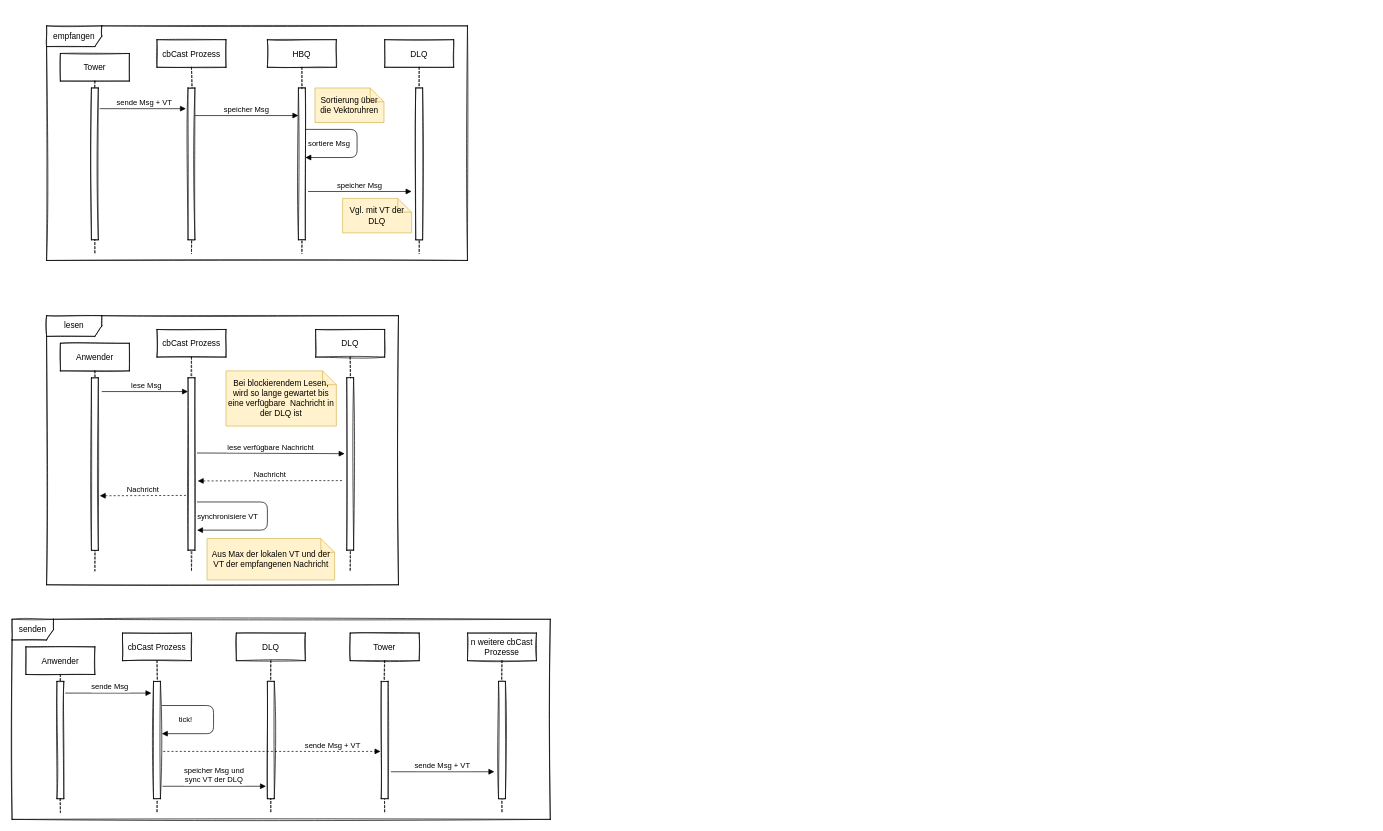
Before: Diagramme/Sequenzdiagramm_queues.drawio in krisschaaf/BAI5_VS, a draw.io diagram. Source tidied: cells renumbered, new cells numbered last; positions are measured from the earlier drawing's top-left corner, leaving out a move shared by most shapes. Both pictures are drawn from the tidied source at 69%, with x=0, y=0 at pixel (12, 26).
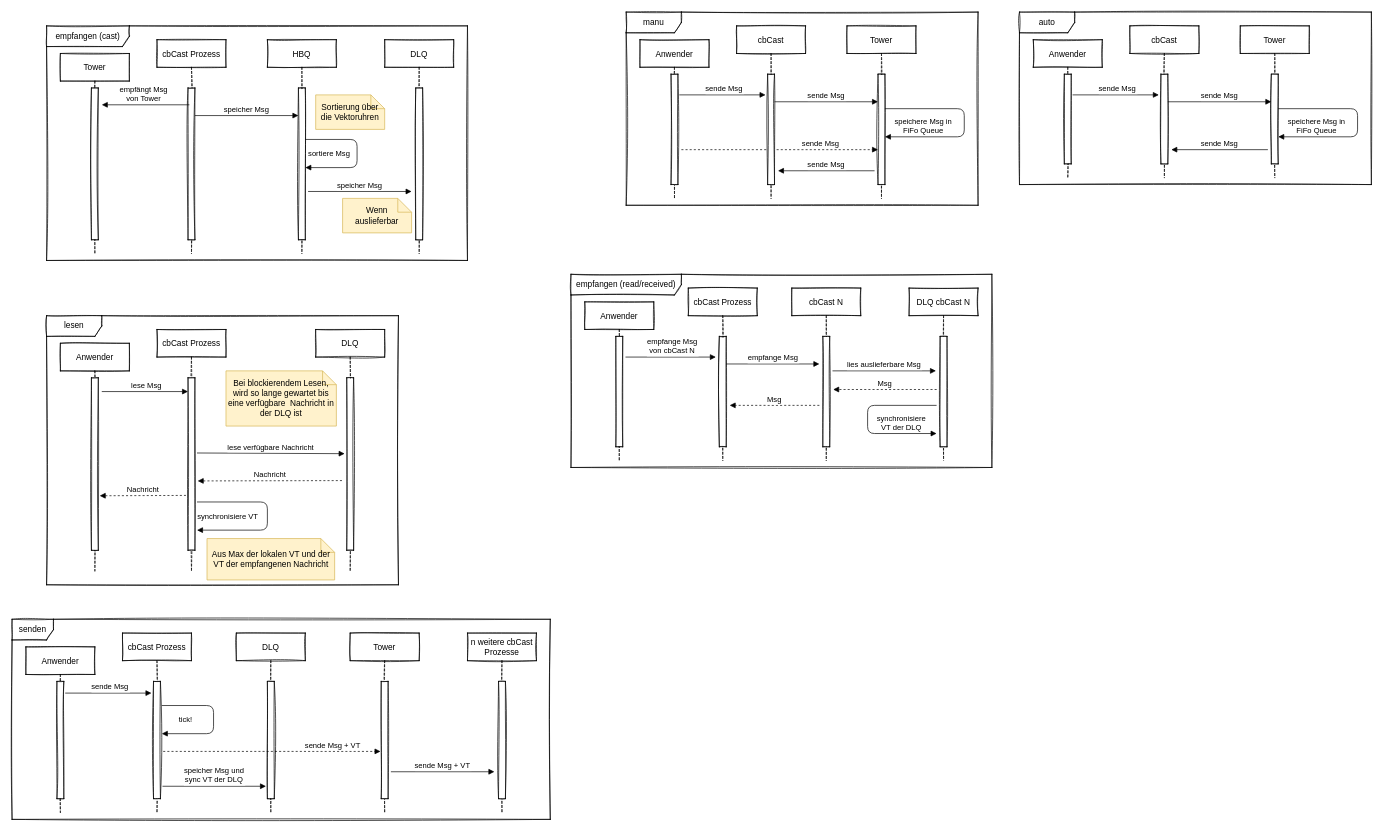
The same diagram, later.

Commit message (it also covers changes not shown here):
add blocked etc and manu

Change to the diagram source:
```diff
@@
-    <mxCell id="2" style="group;" parent="1" vertex="1">
-      <mxGeometry x="50" width="610" height="340" as="geometry" />
-    </mxCell>
-    <mxCell id="3" value="empfangen" style="shape=umlFrame;whiteSpace=wrap;html=1;sketch=1;width=80;height=30;" parent="2" vertex="1">
-      <mxGeometry width="610" height="340" as="geometry" />
-    </mxCell>
-    <mxCell id="4" value="Tower" style="shape=umlLifeline;perimeter=lifelinePerimeter;rounded=0;shadow=0;strokeWidth=1;sketch=1;" parent="2" vertex="1">
-      <mxGeometry x="20" y="40" width="100" height="290" as="geometry" />
-    </mxCell>
-    <mxCell id="5" style="perimeter=orthogonalPerimeter;rounded=0;shadow=0;strokeWidth=1;sketch=1;" parent="4" vertex="1">
-      <mxGeometry x="45" y="50" width="10" height="220" as="geometry" />
-    </mxCell>
-    <mxCell id="6" value="HBQ" style="shape=umlLifeline;perimeter=lifelinePerimeter;rounded=0;shadow=0;strokeWidth=1;sketch=1;" parent="2" vertex="1">
-      <mxGeometry x="320" y="20" width="100" height="310" as="geometry" />
-    </mxCell>
-    <mxCell id="7" style="perimeter=orthogonalPerimeter;rounded=0;shadow=0;strokeWidth=1;sketch=1;" parent="6" vertex="1">
-      <mxGeometry x="45" y="70" width="10" height="220" as="geometry" />
-    </mxCell>
-    <mxCell id="8" value="DLQ" style="shape=umlLifeline;perimeter=lifelinePerimeter;rounded=0;shadow=0;strokeWidth=1;sketch=1;" parent="2" vertex="1">
-      <mxGeometry x="490" y="20" width="100" height="310" as="geometry" />
-    </mxCell>
-    <mxCell id="9" style="perimeter=orthogonalPerimeter;rounded=0;shadow=0;strokeWidth=1;sketch=1;" parent="8" vertex="1">
-      <mxGeometry x="45" y="70" width="10" height="220" as="geometry" />
-    </mxCell>
-    <mxCell id="10" value="cbCast Prozess" style="shape=umlLifeline;perimeter=lifelinePerimeter;rounded=0;shadow=0;strokeWidth=1;sketch=1;" parent="2" vertex="1">
-      <mxGeometry x="160" y="20" width="100" height="310" as="geometry" />
-    </mxCell>
-    <mxCell id="11" style="perimeter=orthogonalPerimeter;rounded=0;shadow=0;strokeWidth=1;sketch=1;" parent="10" vertex="1">
-      <mxGeometry x="45" y="70" width="10" height="220" as="geometry" />
-    </mxCell>
-    <mxCell id="12" value="speicher Msg" style="verticalAlign=bottom;endArrow=block;shadow=0;strokeWidth=1;" parent="10" edge="1">
-      <mxGeometry relative="1" as="geometry">
-        <mxPoint x="55" y="110" as="sourcePoint" />
-        <mxPoint x="205" y="110" as="targetPoint" />
-      </mxGeometry>
-    </mxCell>
-    <mxCell id="13" value="sende Msg + VT" style="verticalAlign=bottom;endArrow=block;shadow=0;strokeWidth=1;" parent="10" edge="1">
-      <mxGeometry x="0.04" relative="1" as="geometry">
-        <mxPoint x="-83" y="100" as="sourcePoint" />
-        <mxPoint x="42" y="100" as="targetPoint" />
-      </mxGeometry>
-    </mxCell>
-    <mxCell id="14" value="sortiere Msg" style="verticalAlign=bottom;endArrow=block;shadow=0;strokeWidth=1;entryX=1;entryY=0.786;entryDx=0;entryDy=0;entryPerimeter=0;edgeStyle=orthogonalEdgeStyle;" parent="2" edge="1">
-      <mxGeometry x="0.63" y="-11" relative="1" as="geometry">
-        <mxPoint x="375" y="150" as="sourcePoint" />
-        <mxPoint x="375" y="190.8" as="targetPoint" />
-        <Array as="points">
-          <mxPoint x="450" y="150" />
-          <mxPoint x="450" y="191" />
-        </Array>
-      </mxGeometry>
-    </mxCell>
-    <mxCell id="15" value="Sortierung über die Vektoruhren" style="shape=note;size=20;whiteSpace=wrap;html=1;fillColor=#fff2cc;strokeColor=#d6b656;" parent="2" vertex="1">
-      <mxGeometry x="389" y="90" width="100" height="50" as="geometry" />
-    </mxCell>
-    <mxCell id="16" value="speicher Msg" style="verticalAlign=bottom;endArrow=block;shadow=0;strokeWidth=1;" parent="2" edge="1">
-      <mxGeometry relative="1" as="geometry">
-        <mxPoint x="379" y="240" as="sourcePoint" />
-        <mxPoint x="529" y="240" as="targetPoint" />
-      </mxGeometry>
-    </mxCell>
-    <mxCell id="17" value="Vgl. mit VT der DLQ" style="shape=note;size=20;whiteSpace=wrap;html=1;fillColor=#fff2cc;strokeColor=#d6b656;" parent="2" vertex="1">
-      <mxGeometry x="429" y="250" width="100" height="50" as="geometry" />
-    </mxCell>
@@
+    <mxCell id="50" style="group;" parent="1" vertex="1">
+      <mxGeometry x="1460" y="-20" width="510" height="250" as="geometry" />
+    </mxCell>
+    <mxCell id="51" value="Anwender" style="shape=umlLifeline;perimeter=lifelinePerimeter;rounded=0;shadow=0;strokeWidth=1;sketch=1;" parent="50" vertex="1">
+      <mxGeometry x="20" y="40" width="100" height="200" as="geometry" />
+    </mxCell>
+    <mxCell id="52" style="perimeter=orthogonalPerimeter;rounded=0;shadow=0;strokeWidth=1;sketch=1;" parent="51" vertex="1">
+      <mxGeometry x="45" y="50" width="10" height="130" as="geometry" />
+    </mxCell>
+    <mxCell id="53" value="Tower" style="shape=umlLifeline;perimeter=lifelinePerimeter;rounded=0;shadow=0;strokeWidth=1;sketch=1;" parent="50" vertex="1">
+      <mxGeometry x="320" y="20" width="100" height="220" as="geometry" />
+    </mxCell>
+    <mxCell id="54" style="perimeter=orthogonalPerimeter;rounded=0;shadow=0;strokeWidth=1;sketch=1;" parent="53" vertex="1">
+      <mxGeometry x="45" y="70" width="10" height="130" as="geometry" />
+    </mxCell>
+    <mxCell id="55" value="speichere Msg in &#10;FiFo Queue" style="verticalAlign=bottom;endArrow=block;shadow=0;strokeWidth=1;entryX=1;entryY=0.786;entryDx=0;entryDy=0;entryPerimeter=0;edgeStyle=orthogonalEdgeStyle;" parent="53" edge="1">
+      <mxGeometry x="0.59" relative="1" as="geometry">
+        <mxPoint x="55" y="120" as="sourcePoint" />
+        <mxPoint x="55" y="160.8" as="targetPoint" />
+        <Array as="points">
+          <mxPoint x="170" y="120" />
+          <mxPoint x="170" y="161" />
+        </Array>
+      </mxGeometry>
+    </mxCell>
+    <mxCell id="56" value="sende Msg" style="verticalAlign=bottom;endArrow=block;shadow=0;strokeWidth=1;" parent="53" edge="1">
+      <mxGeometry relative="1" as="geometry">
+        <mxPoint x="40" y="179.4" as="sourcePoint" />
+        <mxPoint x="-100" y="179.4" as="targetPoint" />
+      </mxGeometry>
+    </mxCell>
+    <mxCell id="57" value="cbCast" style="shape=umlLifeline;perimeter=lifelinePerimeter;rounded=0;shadow=0;strokeWidth=1;sketch=1;" parent="50" vertex="1">
+      <mxGeometry x="160" y="20" width="100" height="220" as="geometry" />
+    </mxCell>
+    <mxCell id="58" style="perimeter=orthogonalPerimeter;rounded=0;shadow=0;strokeWidth=1;sketch=1;" parent="57" vertex="1">
+      <mxGeometry x="45" y="70" width="10" height="130" as="geometry" />
+    </mxCell>
+    <mxCell id="59" value="sende Msg" style="verticalAlign=bottom;endArrow=block;shadow=0;strokeWidth=1;" parent="57" edge="1">
+      <mxGeometry relative="1" as="geometry">
+        <mxPoint x="55" y="110" as="sourcePoint" />
+        <mxPoint x="205" y="110" as="targetPoint" />
+      </mxGeometry>
+    </mxCell>
+    <mxCell id="60" value="sende Msg" style="verticalAlign=bottom;endArrow=block;shadow=0;strokeWidth=1;" parent="57" edge="1">
+      <mxGeometry x="0.04" relative="1" as="geometry">
+        <mxPoint x="-83" y="100" as="sourcePoint" />
+        <mxPoint x="42" y="100" as="targetPoint" />
+      </mxGeometry>
+    </mxCell>
+    <mxCell id="61" value="auto" style="shape=umlFrame;whiteSpace=wrap;html=1;sketch=1;width=80;height=30;" parent="50" vertex="1">
+      <mxGeometry width="510" height="250" as="geometry" />
+    </mxCell>
+    <mxCell id="62" style="group;" parent="1" vertex="1">
+      <mxGeometry x="890" y="-20" width="510" height="280" as="geometry" />
+    </mxCell>
+    <mxCell id="63" value="manu" style="shape=umlFrame;whiteSpace=wrap;html=1;sketch=1;width=80;height=30;" parent="62" vertex="1">
+      <mxGeometry width="510" height="280" as="geometry" />
+    </mxCell>
+    <mxCell id="64" value="Anwender" style="shape=umlLifeline;perimeter=lifelinePerimeter;rounded=0;shadow=0;strokeWidth=1;sketch=1;" parent="62" vertex="1">
+      <mxGeometry x="20" y="40" width="100" height="230" as="geometry" />
+    </mxCell>
+    <mxCell id="65" style="perimeter=orthogonalPerimeter;rounded=0;shadow=0;strokeWidth=1;sketch=1;" parent="64" vertex="1">
+      <mxGeometry x="45" y="50" width="10" height="160" as="geometry" />
+    </mxCell>
+    <mxCell id="66" value="Tower" style="shape=umlLifeline;perimeter=lifelinePerimeter;rounded=0;shadow=0;strokeWidth=1;sketch=1;" parent="62" vertex="1">
+      <mxGeometry x="320" y="20" width="100" height="250" as="geometry" />
+    </mxCell>
+    <mxCell id="67" style="perimeter=orthogonalPerimeter;rounded=0;shadow=0;strokeWidth=1;sketch=1;" parent="66" vertex="1">
+      <mxGeometry x="45" y="70" width="10" height="160" as="geometry" />
+    </mxCell>
+    <mxCell id="68" value="speichere Msg in &#10;FiFo Queue" style="verticalAlign=bottom;endArrow=block;shadow=0;strokeWidth=1;entryX=1;entryY=0.786;entryDx=0;entryDy=0;entryPerimeter=0;edgeStyle=orthogonalEdgeStyle;" parent="66" edge="1">
+      <mxGeometry x="0.59" relative="1" as="geometry">
+        <mxPoint x="55" y="120" as="sourcePoint" />
+        <mxPoint x="55" y="160.8" as="targetPoint" />
+        <Array as="points">
+          <mxPoint x="170" y="120" />
+          <mxPoint x="170" y="161" />
+        </Array>
+      </mxGeometry>
+    </mxCell>
+    <mxCell id="69" value="sende Msg" style="verticalAlign=bottom;endArrow=block;shadow=0;strokeWidth=1;dashed=1;" parent="66" edge="1">
+      <mxGeometry x="0.42" relative="1" as="geometry">
+        <mxPoint x="-240" y="179.4" as="sourcePoint" />
+        <mxPoint x="45" y="179.4" as="targetPoint" />
+      </mxGeometry>
+    </mxCell>
+    <mxCell id="70" value="sende Msg" style="verticalAlign=bottom;endArrow=block;shadow=0;strokeWidth=1;" parent="66" edge="1">
+      <mxGeometry relative="1" as="geometry">
+        <mxPoint x="40" y="210" as="sourcePoint" />
+        <mxPoint x="-100" y="210" as="targetPoint" />
+      </mxGeometry>
+    </mxCell>
+    <mxCell id="71" value="cbCast" style="shape=umlLifeline;perimeter=lifelinePerimeter;rounded=0;shadow=0;strokeWidth=1;sketch=1;" parent="62" vertex="1">
+      <mxGeometry x="160" y="20" width="100" height="250" as="geometry" />
+    </mxCell>
+    <mxCell id="72" style="perimeter=orthogonalPerimeter;rounded=0;shadow=0;strokeWidth=1;sketch=1;" parent="71" vertex="1">
+      <mxGeometry x="45" y="70" width="10" height="160" as="geometry" />
+    </mxCell>
+    <mxCell id="73" value="sende Msg" style="verticalAlign=bottom;endArrow=block;shadow=0;strokeWidth=1;" parent="71" edge="1">
+      <mxGeometry relative="1" as="geometry">
+        <mxPoint x="55" y="110" as="sourcePoint" />
+        <mxPoint x="205" y="110" as="targetPoint" />
+      </mxGeometry>
+    </mxCell>
+    <mxCell id="74" value="sende Msg" style="verticalAlign=bottom;endArrow=block;shadow=0;strokeWidth=1;" parent="71" edge="1">
+      <mxGeometry x="0.04" relative="1" as="geometry">
+        <mxPoint x="-83" y="100" as="sourcePoint" />
+        <mxPoint x="42" y="100" as="targetPoint" />
+      </mxGeometry>
+    </mxCell>
+    <mxCell id="75" value="empfangen (read/received)" style="shape=umlFrame;whiteSpace=wrap;html=1;sketch=1;width=160;height=30;" parent="1" vertex="1">
+      <mxGeometry x="810" y="360" width="610" height="280" as="geometry" />
+    </mxCell>
+    <mxCell id="76" value="Anwender" style="shape=umlLifeline;perimeter=lifelinePerimeter;rounded=0;shadow=0;strokeWidth=1;sketch=1;" parent="1" vertex="1">
+      <mxGeometry x="830" y="400" width="100" height="230" as="geometry" />
+    </mxCell>
+    <mxCell id="77" style="perimeter=orthogonalPerimeter;rounded=0;shadow=0;strokeWidth=1;sketch=1;" parent="76" vertex="1">
+      <mxGeometry x="45" y="50" width="10" height="160" as="geometry" />
+    </mxCell>
+    <mxCell id="78" value="cbCast N" style="shape=umlLifeline;perimeter=lifelinePerimeter;rounded=0;shadow=0;strokeWidth=1;sketch=1;" parent="1" vertex="1">
+      <mxGeometry x="1130" y="380" width="100" height="250" as="geometry" />
+    </mxCell>
+    <mxCell id="79" style="perimeter=orthogonalPerimeter;rounded=0;shadow=0;strokeWidth=1;sketch=1;" parent="78" vertex="1">
+      <mxGeometry x="45" y="70" width="10" height="160" as="geometry" />
+    </mxCell>
+    <mxCell id="80" value="lies auslieferbare Msg" style="verticalAlign=bottom;endArrow=block;shadow=0;strokeWidth=1;" parent="78" edge="1">
+      <mxGeometry relative="1" as="geometry">
+        <mxPoint x="59" y="120" as="sourcePoint" />
+        <mxPoint x="209" y="120" as="targetPoint" />
+      </mxGeometry>
+    </mxCell>
+    <mxCell id="81" value="DLQ cbCast N" style="shape=umlLifeline;perimeter=lifelinePerimeter;rounded=0;shadow=0;strokeWidth=1;sketch=1;" parent="1" vertex="1">
+      <mxGeometry x="1300" y="380" width="100" height="250" as="geometry" />
+    </mxCell>
+    <mxCell id="82" style="perimeter=orthogonalPerimeter;rounded=0;shadow=0;strokeWidth=1;sketch=1;" parent="81" vertex="1">
+      <mxGeometry x="45" y="70" width="10" height="160" as="geometry" />
+    </mxCell>
+    <mxCell id="83" value="cbCast Prozess" style="shape=umlLifeline;perimeter=lifelinePerimeter;rounded=0;shadow=0;strokeWidth=1;sketch=1;" parent="1" vertex="1">
+      <mxGeometry x="980" y="380" width="100" height="250" as="geometry" />
+    </mxCell>
+    <mxCell id="84" style="perimeter=orthogonalPerimeter;rounded=0;shadow=0;strokeWidth=1;sketch=1;" parent="83" vertex="1">
+      <mxGeometry x="45" y="70" width="10" height="160" as="geometry" />
+    </mxCell>
+    <mxCell id="85" value="empfange Msg" style="verticalAlign=bottom;endArrow=block;shadow=0;strokeWidth=1;" parent="83" edge="1">
+      <mxGeometry relative="1" as="geometry">
+        <mxPoint x="55" y="110" as="sourcePoint" />
+        <mxPoint x="190" y="110" as="targetPoint" />
+      </mxGeometry>
+    </mxCell>
+    <mxCell id="86" value="empfange Msg &#10;von cbCast N" style="verticalAlign=bottom;endArrow=block;shadow=0;strokeWidth=1;" parent="83" edge="1">
+      <mxGeometry x="0.04" relative="1" as="geometry">
+        <mxPoint x="-91" y="100" as="sourcePoint" />
+        <mxPoint x="40" y="100" as="targetPoint" />
+      </mxGeometry>
+    </mxCell>
+    <mxCell id="87" value="Msg" style="verticalAlign=bottom;endArrow=block;shadow=0;strokeWidth=1;dashed=1;" parent="83" edge="1">
+      <mxGeometry relative="1" as="geometry">
+        <mxPoint x="190" y="170" as="sourcePoint" />
+        <mxPoint x="60" y="170" as="targetPoint" />
+      </mxGeometry>
+    </mxCell>
+    <mxCell id="88" value="synchronisiere &#10;VT der DLQ" style="verticalAlign=bottom;endArrow=block;shadow=0;strokeWidth=1;entryX=1;entryY=0.786;entryDx=0;entryDy=0;entryPerimeter=0;edgeStyle=orthogonalEdgeStyle;" parent="1" edge="1">
+      <mxGeometry x="0.58" relative="1" as="geometry">
+        <mxPoint x="1339.9" y="550" as="sourcePoint" />
+        <mxPoint x="1339.9" y="590.8" as="targetPoint" />
+        <Array as="points">
+          <mxPoint x="1239.9" y="550" />
+          <mxPoint x="1239.9" y="591" />
+        </Array>
+      </mxGeometry>
+    </mxCell>
+    <mxCell id="89" value="Msg" style="verticalAlign=bottom;endArrow=block;shadow=0;strokeWidth=1;dashed=1;" parent="1" edge="1">
+      <mxGeometry relative="1" as="geometry">
+        <mxPoint x="1340" y="527" as="sourcePoint" />
+        <mxPoint x="1190" y="527" as="targetPoint" />
+      </mxGeometry>
+    </mxCell>
+    <mxCell id="2" style="group;" parent="1" vertex="1">
+      <mxGeometry x="50" width="610" height="340" as="geometry" />
+    </mxCell>
+    <mxCell id="3" value="empfangen (cast)" style="shape=umlFrame;whiteSpace=wrap;html=1;sketch=1;width=120;height=30;" parent="2" vertex="1">
+      <mxGeometry width="610" height="340" as="geometry" />
+    </mxCell>
+    <mxCell id="4" value="Tower" style="shape=umlLifeline;perimeter=lifelinePerimeter;rounded=0;shadow=0;strokeWidth=1;sketch=1;" parent="2" vertex="1">
+      <mxGeometry x="20" y="40" width="100" height="290" as="geometry" />
+    </mxCell>
+    <mxCell id="5" style="perimeter=orthogonalPerimeter;rounded=0;shadow=0;strokeWidth=1;sketch=1;" parent="4" vertex="1">
+      <mxGeometry x="45" y="50" width="10" height="220" as="geometry" />
+    </mxCell>
+    <mxCell id="6" value="HBQ" style="shape=umlLifeline;perimeter=lifelinePerimeter;rounded=0;shadow=0;strokeWidth=1;sketch=1;" parent="2" vertex="1">
+      <mxGeometry x="320" y="20" width="100" height="310" as="geometry" />
+    </mxCell>
+    <mxCell id="7" style="perimeter=orthogonalPerimeter;rounded=0;shadow=0;strokeWidth=1;sketch=1;" parent="6" vertex="1">
+      <mxGeometry x="45" y="70" width="10" height="220" as="geometry" />
+    </mxCell>
+    <mxCell id="8" value="DLQ" style="shape=umlLifeline;perimeter=lifelinePerimeter;rounded=0;shadow=0;strokeWidth=1;sketch=1;" parent="2" vertex="1">
+      <mxGeometry x="490" y="20" width="100" height="310" as="geometry" />
+    </mxCell>
+    <mxCell id="9" style="perimeter=orthogonalPerimeter;rounded=0;shadow=0;strokeWidth=1;sketch=1;" parent="8" vertex="1">
+      <mxGeometry x="45" y="70" width="10" height="220" as="geometry" />
+    </mxCell>
+    <mxCell id="10" value="cbCast Prozess" style="shape=umlLifeline;perimeter=lifelinePerimeter;rounded=0;shadow=0;strokeWidth=1;sketch=1;" parent="2" vertex="1">
+      <mxGeometry x="160" y="20" width="100" height="310" as="geometry" />
+    </mxCell>
+    <mxCell id="11" style="perimeter=orthogonalPerimeter;rounded=0;shadow=0;strokeWidth=1;sketch=1;" parent="10" vertex="1">
+      <mxGeometry x="45" y="70" width="10" height="220" as="geometry" />
+    </mxCell>
+    <mxCell id="12" value="speicher Msg" style="verticalAlign=bottom;endArrow=block;shadow=0;strokeWidth=1;" parent="10" edge="1">
+      <mxGeometry relative="1" as="geometry">
+        <mxPoint x="55" y="110" as="sourcePoint" />
+        <mxPoint x="205" y="110" as="targetPoint" />
+      </mxGeometry>
+    </mxCell>
+    <mxCell id="14" value="sortiere Msg" style="verticalAlign=bottom;endArrow=block;shadow=0;strokeWidth=1;entryX=1;entryY=0.786;entryDx=0;entryDy=0;entryPerimeter=0;edgeStyle=orthogonalEdgeStyle;" parent="2" edge="1">
+      <mxGeometry x="0.63" y="-11" relative="1" as="geometry">
+        <mxPoint x="375" y="164.6" as="sourcePoint" />
+        <mxPoint x="375" y="205.4" as="targetPoint" />
+        <Array as="points">
+          <mxPoint x="450" y="164.6" />
+          <mxPoint x="450" y="205.6" />
+        </Array>
+      </mxGeometry>
+    </mxCell>
+    <mxCell id="15" value="Sortierung über die Vektoruhren" style="shape=note;size=20;whiteSpace=wrap;html=1;fillColor=#fff2cc;strokeColor=#d6b656;" parent="2" vertex="1">
+      <mxGeometry x="390" y="100" width="100" height="50" as="geometry" />
+    </mxCell>
+    <mxCell id="16" value="speicher Msg" style="verticalAlign=bottom;endArrow=block;shadow=0;strokeWidth=1;" parent="2" edge="1">
+      <mxGeometry relative="1" as="geometry">
+        <mxPoint x="379" y="240" as="sourcePoint" />
+        <mxPoint x="529" y="240" as="targetPoint" />
+      </mxGeometry>
+    </mxCell>
+    <mxCell id="17" value="Wenn &lt;br&gt;auslieferbar" style="shape=note;size=20;whiteSpace=wrap;html=1;fillColor=#fff2cc;strokeColor=#d6b656;" parent="2" vertex="1">
+      <mxGeometry x="429" y="250" width="100" height="50" as="geometry" />
+    </mxCell>
+    <mxCell id="13" value="empfängt Msg &#10;von Tower" style="verticalAlign=bottom;endArrow=block;shadow=0;strokeWidth=1;" parent="2" edge="1">
+      <mxGeometry x="0.04" relative="1" as="geometry">
+        <mxPoint x="207" y="114.4" as="sourcePoint" />
+        <mxPoint x="80" y="114.4" as="targetPoint" />
+      </mxGeometry>
+    </mxCell>
```
